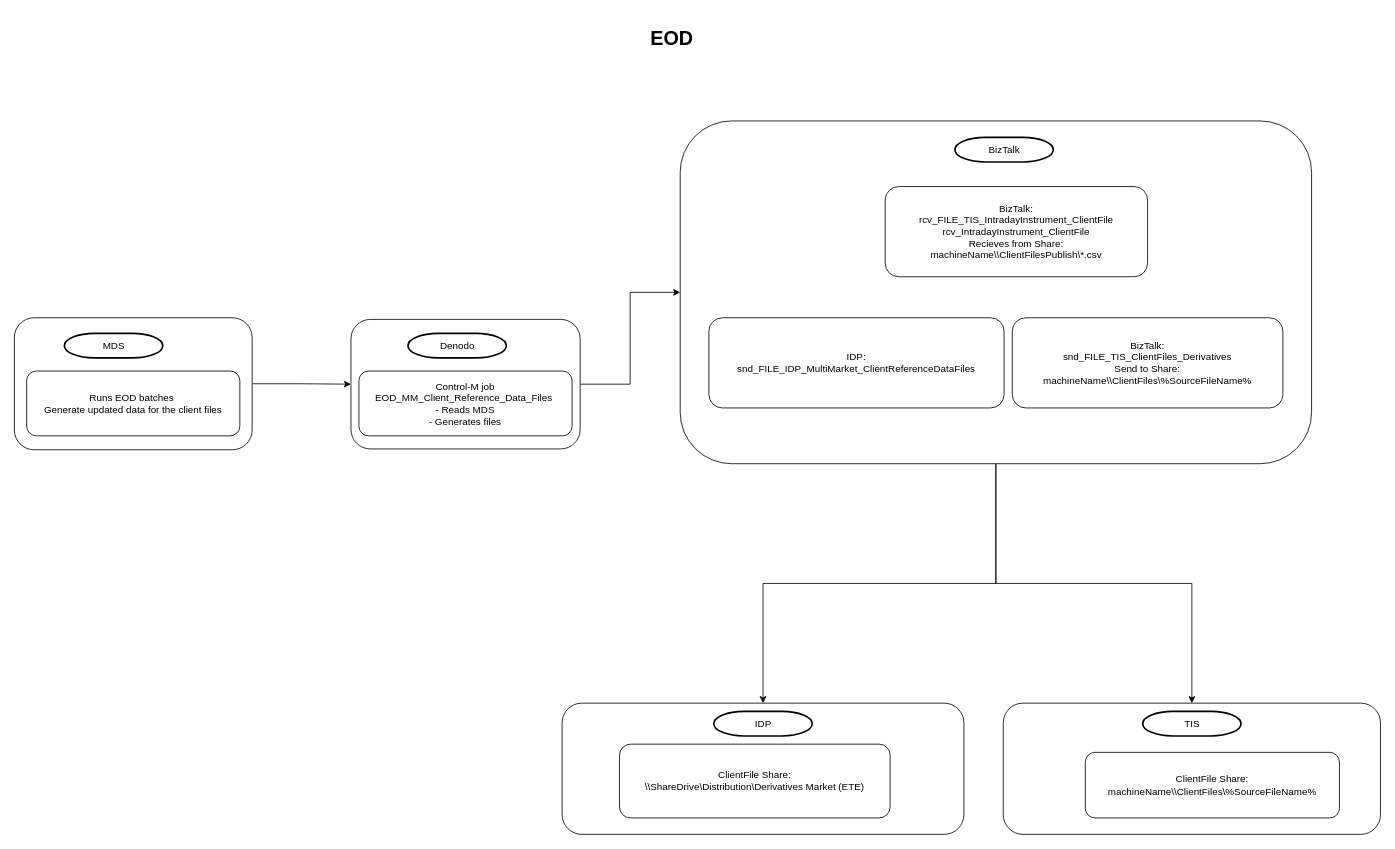
This is page "EOD" (3 of 3) of ClientFiles.drawio from ByMadiba/Sandbox, a draw.io file, before an edit. Source tidied: cells renumbered, new cells numbered last; positions are measured from the earlier drawing's top-left corner, leaving out a move shared by most shapes. Both pictures are drawn from the tidied source at 82%, with x=0, y=0 at pixel (14, 22).
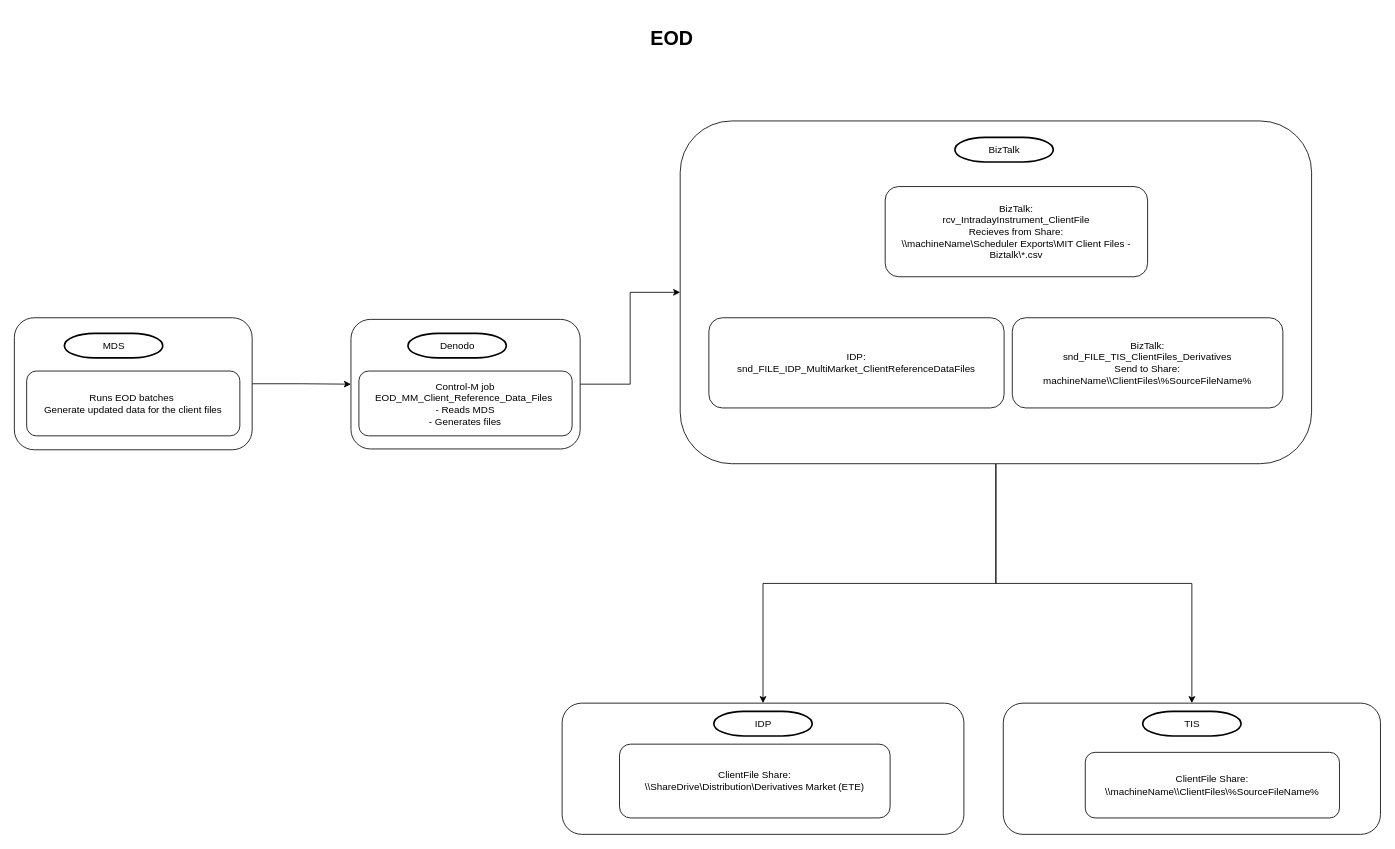
Above is the later version.

Commit message:
Corrected EOD

Change to the diagram source:
```diff
@@
-    <mxCell id="11" value="BizTalk:&lt;br style=&quot;border-color: var(--border-color);&quot;&gt;&lt;span style=&quot;&quot;&gt;rcv_FILE_TIS_IntradayInstrument_ClientFile&lt;/span&gt;&lt;br style=&quot;border-color: var(--border-color);&quot;&gt;&lt;span style=&quot;&quot;&gt;rcv_IntradayInstrument_ClientFile&lt;/span&gt;&lt;br style=&quot;border-color: var(--border-color);&quot;&gt;&lt;span style=&quot;&quot;&gt;Recieves from Share:&lt;/span&gt;&lt;br style=&quot;border-color: var(--border-color);&quot;&gt;&lt;span style=&quot;&quot;&gt;machineName\\ClientFilesPublish\*.csv&lt;/span&gt;" style="rounded=1;whiteSpace=wrap;html=1;" parent="1" vertex="1">
+    <mxCell id="11" value="BizTalk:&lt;br style=&quot;border-color: var(--border-color);&quot;&gt;&lt;span style=&quot;&quot;&gt;rcv_IntradayInstrument_ClientFile&lt;/span&gt;&lt;br style=&quot;border-color: var(--border-color);&quot;&gt;&lt;span style=&quot;&quot;&gt;Recieves from Share:&lt;/span&gt;&lt;br style=&quot;border-color: var(--border-color);&quot;&gt;&lt;span style=&quot;&quot;&gt;\\machineName\Scheduler Exports\MIT Client Files - Biztalk\*.csv&lt;/span&gt;" style="rounded=1;whiteSpace=wrap;html=1;" parent="1" vertex="1">
       <mxGeometry x="1062" y="200" width="320" height="110" as="geometry" />
     </mxCell>
@@
-    <mxCell id="18" value="ClientFile Share:&lt;br style=&quot;border-color: var(--border-color);&quot;&gt;&lt;span style=&quot;border-color: var(--border-color);&quot;&gt;machineName\\ClientFiles\%SourceFileName%&lt;/span&gt;" style="rounded=1;whiteSpace=wrap;html=1;" parent="1" vertex="1">
+    <mxCell id="18" value="ClientFile Share:&lt;br style=&quot;border-color: var(--border-color);&quot;&gt;&lt;span style=&quot;border-color: var(--border-color);&quot;&gt;\\machineName\\ClientFiles\%SourceFileName%&lt;/span&gt;" style="rounded=1;whiteSpace=wrap;html=1;" parent="1" vertex="1">
       <mxGeometry x="1306" y="890" width="310" height="80" as="geometry" />
     </mxCell>
```
